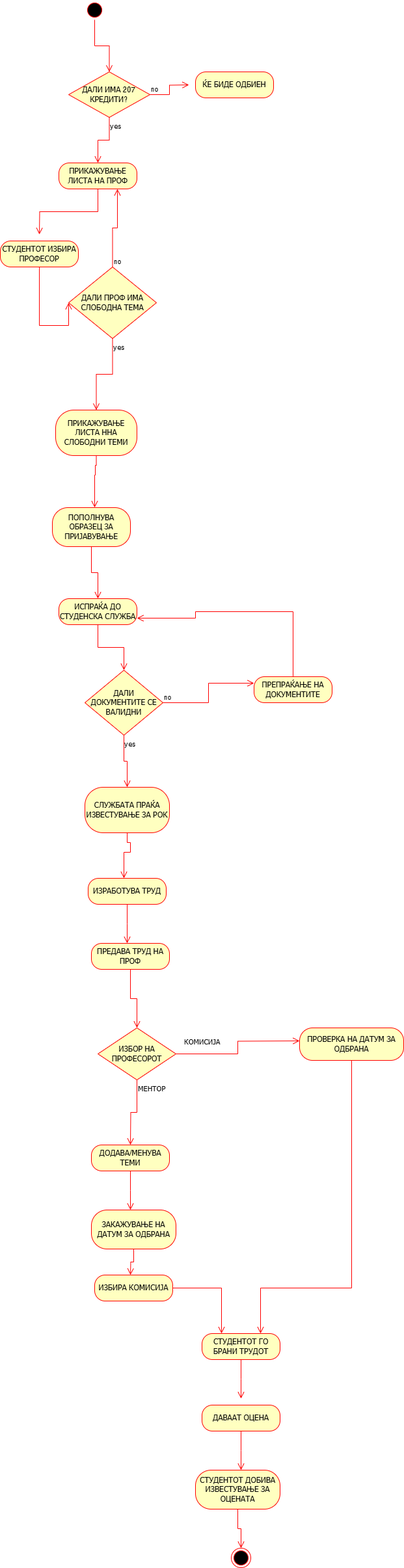
The draw.io diagram Untitled Diagram.drawio.png in NastovskA/ADIS, before a commit. Source tidied: cells renumbered, new cells last; positions are measured from the earlier drawing's top-left corner, leaving out a move shared by most shapes. Its diagram source:
```xml
<mxGraphModel>
  <root>
    <mxCell id="0" />
    <mxCell id="1" parent="0" />
    <mxCell id="2" style="ellipse;html=1;shape=startState;fillColor=#000000;strokeColor=#ff0000;" parent="1" vertex="1">
      <mxGeometry x="130" width="30" height="30" as="geometry" />
    </mxCell>
    <mxCell id="3" style="edgeStyle=orthogonalEdgeStyle;html=1;verticalAlign=bottom;endArrow=open;endSize=8;strokeColor=#ff0000;rounded=0;entryX=0.5;entryY=0;entryDx=0;entryDy=0;" parent="1" edge="1" source="2" target="4">
      <mxGeometry relative="1" as="geometry" />
    </mxCell>
    <mxCell id="4" value="ДАЛИ ИМА 207 КРЕДИТИ?" style="rhombus;whiteSpace=wrap;html=1;fontColor=#000000;fillColor=#ffffc0;strokeColor=#ff0000;" parent="1" vertex="1">
      <mxGeometry x="105" y="110" width="125" height="70" as="geometry" />
    </mxCell>
    <mxCell id="5" value="no" style="edgeStyle=orthogonalEdgeStyle;html=1;align=left;verticalAlign=bottom;endArrow=open;endSize=8;strokeColor=#ff0000;rounded=0;" parent="1" edge="1" source="4">
      <mxGeometry x="-1" relative="1" as="geometry">
        <mxPoint x="290" y="130" as="targetPoint" />
      </mxGeometry>
    </mxCell>
    <mxCell id="6" value="yes" style="edgeStyle=orthogonalEdgeStyle;html=1;align=left;verticalAlign=top;endArrow=open;endSize=8;strokeColor=#ff0000;rounded=0;entryX=0.5;entryY=0;entryDx=0;entryDy=0;" parent="1" edge="1" source="4" target="7">
      <mxGeometry x="-1" relative="1" as="geometry" />
    </mxCell>
    <mxCell id="7" value="ПРИКАЖУВАЊЕ ЛИСТА НА ПРОФ" style="rounded=1;whiteSpace=wrap;html=1;arcSize=40;fontColor=#000000;fillColor=#ffffc0;strokeColor=#ff0000;" parent="1" vertex="1">
      <mxGeometry x="90" y="250" width="120" height="40" as="geometry" />
    </mxCell>
    <mxCell id="8" value="СТУДЕНТОТ ИЗБИРА ПРОФЕСОР" style="rounded=1;whiteSpace=wrap;html=1;arcSize=40;fontColor=#000000;fillColor=#ffffc0;strokeColor=#ff0000;" parent="1" vertex="1">
      <mxGeometry y="370" width="120" height="40" as="geometry" />
    </mxCell>
    <mxCell id="9" style="edgeStyle=orthogonalEdgeStyle;html=1;verticalAlign=bottom;endArrow=open;endSize=8;strokeColor=#ff0000;rounded=0;entryX=0;entryY=0.5;entryDx=0;entryDy=0;" parent="1" edge="1" source="8" target="12">
      <mxGeometry relative="1" as="geometry">
        <Array as="points">
          <mxPoint x="60" y="500" />
        </Array>
      </mxGeometry>
    </mxCell>
    <mxCell id="10" value="ЌЕ БИДЕ ОДБИЕН" style="rounded=1;whiteSpace=wrap;html=1;arcSize=40;fontColor=#000000;fillColor=#ffffc0;strokeColor=#ff0000;" parent="1" vertex="1">
      <mxGeometry x="300" y="110" width="120" height="40" as="geometry" />
    </mxCell>
    <mxCell id="11" style="edgeStyle=orthogonalEdgeStyle;html=1;align=left;verticalAlign=bottom;endArrow=open;endSize=8;strokeColor=#ff0000;rounded=0;exitX=0.5;exitY=1;exitDx=0;exitDy=0;" parent="1" edge="1" source="7">
      <mxGeometry x="-1" relative="1" as="geometry">
        <mxPoint x="60" y="360" as="targetPoint" />
      </mxGeometry>
    </mxCell>
    <mxCell id="12" value="ДАЛИ ПРОФ ИМА СЛОБОДНА ТЕМА" style="rhombus;whiteSpace=wrap;html=1;fontColor=#000000;fillColor=#ffffc0;strokeColor=#ff0000;" parent="1" vertex="1">
      <mxGeometry x="105" y="410" width="135" height="110" as="geometry" />
    </mxCell>
    <mxCell id="13" value="no" style="edgeStyle=orthogonalEdgeStyle;html=1;align=left;verticalAlign=bottom;endArrow=open;endSize=8;strokeColor=#ff0000;rounded=0;entryX=0.75;entryY=1;entryDx=0;entryDy=0;" parent="1" edge="1" source="12" target="7">
      <mxGeometry x="-1" relative="1" as="geometry" />
    </mxCell>
    <mxCell id="14" value="yes" style="edgeStyle=orthogonalEdgeStyle;html=1;align=left;verticalAlign=top;endArrow=open;endSize=8;strokeColor=#ff0000;rounded=0;entryX=0.5;entryY=0;entryDx=0;entryDy=0;" parent="1" edge="1" source="12" target="15">
      <mxGeometry x="-1" relative="1" as="geometry" />
    </mxCell>
    <mxCell id="15" value="ПРИКАЖУВАЊЕ ЛИСТА ННА СЛОБОДНИ ТЕМИ" style="rounded=1;whiteSpace=wrap;html=1;arcSize=40;fontColor=#000000;fillColor=#ffffc0;strokeColor=#ff0000;" parent="1" vertex="1">
      <mxGeometry x="85" y="630" width="125" height="70" as="geometry" />
    </mxCell>
    <mxCell id="16" style="edgeStyle=orthogonalEdgeStyle;html=1;verticalAlign=bottom;endArrow=open;endSize=8;strokeColor=#ff0000;rounded=0;" parent="1" edge="1" source="15">
      <mxGeometry relative="1" as="geometry">
        <mxPoint x="145" y="780" as="targetPoint" />
        <Array as="points">
          <mxPoint x="148" y="715" />
          <mxPoint x="146" y="715" />
          <mxPoint x="146" y="730" />
        </Array>
      </mxGeometry>
    </mxCell>
    <mxCell id="17" value="ПОПОЛНУВА ОБРАЗЕЦ ЗА ПРИЈАВУВАЊЕ" style="rounded=1;whiteSpace=wrap;html=1;arcSize=40;fontColor=#000000;fillColor=#ffffc0;strokeColor=#ff0000;" parent="1" vertex="1">
      <mxGeometry x="80" y="780" width="120" height="60" as="geometry" />
    </mxCell>
    <mxCell id="18" style="edgeStyle=orthogonalEdgeStyle;html=1;verticalAlign=bottom;endArrow=open;endSize=8;strokeColor=#ff0000;rounded=0;entryX=0.5;entryY=0;entryDx=0;entryDy=0;" parent="1" edge="1" source="17" target="19">
      <mxGeometry relative="1" as="geometry" />
    </mxCell>
    <mxCell id="19" value="ИСПРАЌА ДО СТУДЕНСКА СЛУЖБА" style="rounded=1;whiteSpace=wrap;html=1;arcSize=40;fontColor=#000000;fillColor=#ffffc0;strokeColor=#ff0000;" parent="1" vertex="1">
      <mxGeometry x="90" y="920" width="120" height="40" as="geometry" />
    </mxCell>
    <mxCell id="20" style="edgeStyle=orthogonalEdgeStyle;html=1;verticalAlign=bottom;endArrow=open;endSize=8;strokeColor=#ff0000;rounded=0;entryX=0.5;entryY=0;entryDx=0;entryDy=0;" parent="1" edge="1" source="19" target="21">
      <mxGeometry relative="1" as="geometry" />
    </mxCell>
    <mxCell id="21" value="ДАЛИ ДОКУМЕНТИТЕ СЕ ВАЛИДНИ" style="rhombus;whiteSpace=wrap;html=1;fontColor=#000000;fillColor=#ffffc0;strokeColor=#ff0000;" parent="1" vertex="1">
      <mxGeometry x="130" y="1030" width="120" height="100" as="geometry" />
    </mxCell>
    <mxCell id="22" value="no" style="edgeStyle=orthogonalEdgeStyle;html=1;align=left;verticalAlign=bottom;endArrow=open;endSize=8;strokeColor=#ff0000;rounded=0;entryX=0;entryY=0.25;entryDx=0;entryDy=0;" parent="1" edge="1" source="21" target="24">
      <mxGeometry x="-1" relative="1" as="geometry" />
    </mxCell>
    <mxCell id="23" value="yes" style="edgeStyle=orthogonalEdgeStyle;html=1;align=left;verticalAlign=top;endArrow=open;endSize=8;strokeColor=#ff0000;rounded=0;entryX=0.5;entryY=0;entryDx=0;entryDy=0;" parent="1" edge="1" source="21" target="26">
      <mxGeometry x="-1" relative="1" as="geometry" />
    </mxCell>
    <mxCell id="24" value="ПРЕПРАЌАЊЕ НА ДОКУМЕНТИТЕ" style="rounded=1;whiteSpace=wrap;html=1;arcSize=40;fontColor=#000000;fillColor=#ffffc0;strokeColor=#ff0000;" parent="1" vertex="1">
      <mxGeometry x="390" y="1040" width="120" height="40" as="geometry" />
    </mxCell>
    <mxCell id="25" style="edgeStyle=orthogonalEdgeStyle;html=1;verticalAlign=bottom;endArrow=open;endSize=8;strokeColor=#ff0000;rounded=0;entryX=1;entryY=0.75;entryDx=0;entryDy=0;" parent="1" edge="1" source="24" target="19">
      <mxGeometry relative="1" as="geometry">
        <Array as="points">
          <mxPoint x="450" y="940" />
          <mxPoint x="300" y="940" />
          <mxPoint x="300" y="950" />
        </Array>
      </mxGeometry>
    </mxCell>
    <mxCell id="26" value="СЛУЖБАТА ПРАЌА ИЗВЕСТУВАЊЕ ЗА РОК" style="rounded=1;whiteSpace=wrap;html=1;arcSize=40;fontColor=#000000;fillColor=#ffffc0;strokeColor=#ff0000;" parent="1" vertex="1">
      <mxGeometry x="130" y="1210" width="130" height="70" as="geometry" />
    </mxCell>
    <mxCell id="27" style="edgeStyle=orthogonalEdgeStyle;html=1;verticalAlign=bottom;endArrow=open;endSize=8;strokeColor=#ff0000;rounded=0;" parent="1" edge="1" source="26">
      <mxGeometry relative="1" as="geometry">
        <mxPoint x="190" y="1350" as="targetPoint" />
        <Array as="points">
          <mxPoint x="195" y="1295" />
          <mxPoint x="200" y="1295" />
          <mxPoint x="200" y="1310" />
        </Array>
      </mxGeometry>
    </mxCell>
    <mxCell id="28" value="ИЗРАБОТУВА ТРУД" style="rounded=1;whiteSpace=wrap;html=1;arcSize=40;fontColor=#000000;fillColor=#ffffc0;strokeColor=#ff0000;" parent="1" vertex="1">
      <mxGeometry x="135" y="1350" width="120" height="40" as="geometry" />
    </mxCell>
    <mxCell id="29" style="edgeStyle=orthogonalEdgeStyle;html=1;verticalAlign=bottom;endArrow=open;endSize=8;strokeColor=#ff0000;rounded=0;" parent="1" edge="1" source="28">
      <mxGeometry relative="1" as="geometry">
        <mxPoint x="195" y="1450" as="targetPoint" />
      </mxGeometry>
    </mxCell>
    <mxCell id="30" value="ПРЕДАВА ТРУД НА ПРОФ" style="rounded=1;whiteSpace=wrap;html=1;arcSize=40;fontColor=#000000;fillColor=#ffffc0;strokeColor=#ff0000;" parent="1" vertex="1">
      <mxGeometry x="140" y="1450" width="120" height="40" as="geometry" />
    </mxCell>
    <mxCell id="31" style="edgeStyle=orthogonalEdgeStyle;html=1;verticalAlign=bottom;endArrow=open;endSize=8;strokeColor=#ff0000;rounded=0;entryX=0.5;entryY=0;entryDx=0;entryDy=0;" parent="1" edge="1" source="30" target="32">
      <mxGeometry relative="1" as="geometry" />
    </mxCell>
    <mxCell id="32" value="ИЗБОР НА ПРОФЕСОРОТ" style="rhombus;whiteSpace=wrap;html=1;fontColor=#000000;fillColor=#ffffc0;strokeColor=#ff0000;" parent="1" vertex="1">
      <mxGeometry x="150" y="1580" width="120" height="80" as="geometry" />
    </mxCell>
    <mxCell id="33" value="КОМИСИЈА" style="edgeStyle=orthogonalEdgeStyle;html=1;align=left;verticalAlign=bottom;endArrow=open;endSize=8;strokeColor=#ff0000;rounded=0;exitX=1;exitY=0.5;exitDx=0;exitDy=0;" parent="1" edge="1" source="32">
      <mxGeometry x="-0.9" y="10" relative="1" as="geometry">
        <mxPoint x="460" y="1600" as="targetPoint" />
        <mxPoint x="1" as="offset" />
      </mxGeometry>
    </mxCell>
    <mxCell id="34" value="МЕНТОР" style="edgeStyle=orthogonalEdgeStyle;html=1;align=left;verticalAlign=top;endArrow=open;endSize=8;strokeColor=#ff0000;rounded=0;" parent="1" edge="1" source="32">
      <mxGeometry x="-1" relative="1" as="geometry">
        <mxPoint x="200" y="1760" as="targetPoint" />
      </mxGeometry>
    </mxCell>
    <mxCell id="35" value="ДОДАВА/МЕНУВА ТЕМИ" style="rounded=1;whiteSpace=wrap;html=1;arcSize=40;fontColor=#000000;fillColor=#ffffc0;strokeColor=#ff0000;" parent="1" vertex="1">
      <mxGeometry x="140" y="1760" width="120" height="40" as="geometry" />
    </mxCell>
    <mxCell id="36" style="edgeStyle=orthogonalEdgeStyle;html=1;verticalAlign=bottom;endArrow=open;endSize=8;strokeColor=#ff0000;rounded=0;" parent="1" edge="1" source="35">
      <mxGeometry relative="1" as="geometry">
        <mxPoint x="200" y="1860" as="targetPoint" />
      </mxGeometry>
    </mxCell>
    <mxCell id="37" value="ЗАКАЖУВАЊЕ НА ДАТУМ ЗА ОДБРАНА" style="rounded=1;whiteSpace=wrap;html=1;arcSize=40;fontColor=#000000;fillColor=#ffffc0;strokeColor=#ff0000;" parent="1" vertex="1">
      <mxGeometry x="140" y="1860" width="130" height="60" as="geometry" />
    </mxCell>
    <mxCell id="38" style="edgeStyle=orthogonalEdgeStyle;html=1;verticalAlign=bottom;endArrow=open;endSize=8;strokeColor=#ff0000;rounded=0;" parent="1" edge="1" source="37">
      <mxGeometry relative="1" as="geometry">
        <mxPoint x="200" y="1960" as="targetPoint" />
      </mxGeometry>
    </mxCell>
    <mxCell id="39" value="ИЗБИРА КОМИСИЈА" style="rounded=1;whiteSpace=wrap;html=1;arcSize=40;fontColor=#000000;fillColor=#ffffc0;strokeColor=#ff0000;" parent="1" vertex="1">
      <mxGeometry x="145" y="1960" width="120" height="40" as="geometry" />
    </mxCell>
    <mxCell id="40" style="edgeStyle=orthogonalEdgeStyle;html=1;verticalAlign=bottom;endArrow=open;endSize=8;strokeColor=#ff0000;rounded=0;entryX=0.25;entryY=0;entryDx=0;entryDy=0;" parent="1" edge="1" source="39" target="43">
      <mxGeometry relative="1" as="geometry" />
    </mxCell>
    <mxCell id="41" value="ПРОВЕРКА НА ДАТУМ ЗА ОДБРАНА" style="rounded=1;whiteSpace=wrap;html=1;arcSize=40;fontColor=#000000;fillColor=#ffffc0;strokeColor=#ff0000;" parent="1" vertex="1">
      <mxGeometry x="460" y="1580" width="160" height="50" as="geometry" />
    </mxCell>
    <mxCell id="42" style="edgeStyle=orthogonalEdgeStyle;html=1;verticalAlign=bottom;endArrow=open;endSize=8;strokeColor=#ff0000;rounded=0;entryX=0.75;entryY=0;entryDx=0;entryDy=0;" parent="1" edge="1" source="41" target="43">
      <mxGeometry relative="1" as="geometry">
        <Array as="points">
          <mxPoint x="540" y="1980" />
          <mxPoint x="400" y="1980" />
        </Array>
      </mxGeometry>
    </mxCell>
    <mxCell id="43" value="СТУДЕНТОТ ГО БРАНИ ТРУДОТ" style="rounded=1;whiteSpace=wrap;html=1;arcSize=40;fontColor=#000000;fillColor=#ffffc0;strokeColor=#ff0000;" parent="1" vertex="1">
      <mxGeometry x="310" y="2050" width="120" height="40" as="geometry" />
    </mxCell>
    <mxCell id="44" style="edgeStyle=orthogonalEdgeStyle;html=1;verticalAlign=bottom;endArrow=open;endSize=8;strokeColor=#ff0000;rounded=0;" parent="1" edge="1" source="43">
      <mxGeometry relative="1" as="geometry">
        <mxPoint x="370" y="2150" as="targetPoint" />
      </mxGeometry>
    </mxCell>
    <mxCell id="45" value="ДАВААТ ОЦЕНА" style="rounded=1;whiteSpace=wrap;html=1;arcSize=40;fontColor=#000000;fillColor=#ffffc0;strokeColor=#ff0000;" parent="1" vertex="1">
      <mxGeometry x="310" y="2160" width="120" height="40" as="geometry" />
    </mxCell>
    <mxCell id="46" style="edgeStyle=orthogonalEdgeStyle;html=1;verticalAlign=bottom;endArrow=open;endSize=8;strokeColor=#ff0000;rounded=0;" parent="1" edge="1" source="45">
      <mxGeometry relative="1" as="geometry">
        <mxPoint x="370" y="2260" as="targetPoint" />
      </mxGeometry>
    </mxCell>
    <mxCell id="47" value="СТУДЕНТОТ ДОБИВА ИЗВЕСТУВАЊЕ ЗА ОЦЕНАТА" style="rounded=1;whiteSpace=wrap;html=1;arcSize=40;fontColor=#000000;fillColor=#ffffc0;strokeColor=#ff0000;" parent="1" vertex="1">
      <mxGeometry x="300" y="2260" width="130" height="60" as="geometry" />
    </mxCell>
    <mxCell id="48" style="edgeStyle=orthogonalEdgeStyle;html=1;verticalAlign=bottom;endArrow=open;endSize=8;strokeColor=#ff0000;rounded=0;entryX=0.5;entryY=0;entryDx=0;entryDy=0;" parent="1" edge="1" source="47" target="49">
      <mxGeometry relative="1" as="geometry" />
    </mxCell>
    <mxCell id="49" style="ellipse;html=1;shape=endState;fillColor=#000000;strokeColor=#ff0000;" parent="1" vertex="1">
      <mxGeometry x="355" y="2380" width="30" height="30" as="geometry" />
    </mxCell>
  </root>
</mxGraphModel>
```
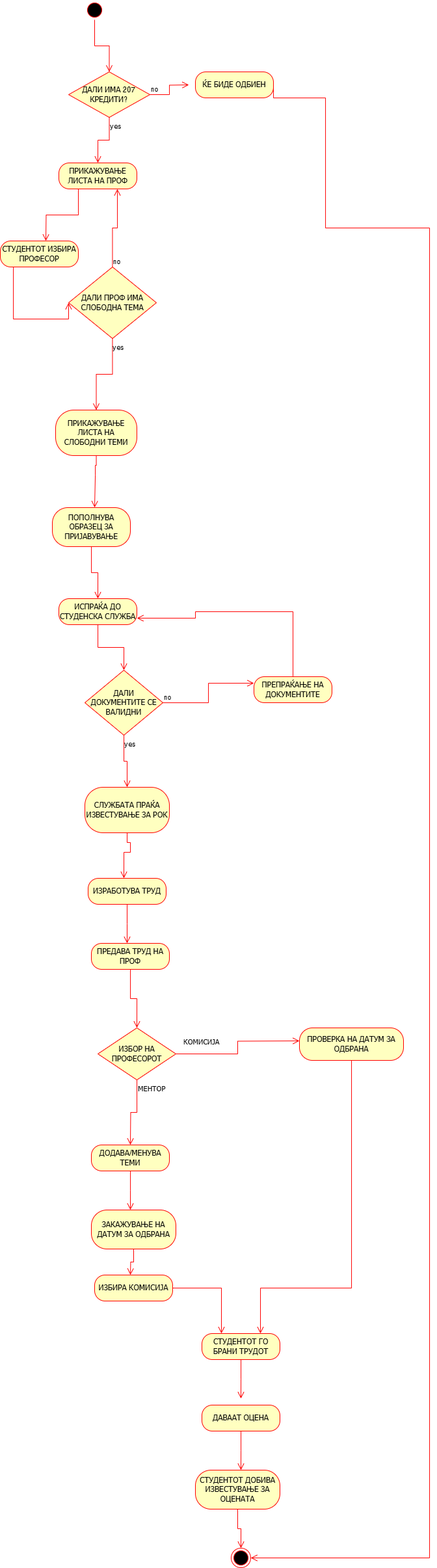
After the commit.

Change to the diagram source:
```diff
@@ -28,16 +28,23 @@
     <mxCell id="9" style="edgeStyle=orthogonalEdgeStyle;html=1;verticalAlign=bottom;endArrow=open;endSize=8;strokeColor=#ff0000;rounded=0;entryX=0;entryY=0.5;entryDx=0;entryDy=0;" parent="1" edge="1" source="8" target="12">
       <mxGeometry relative="1" as="geometry">
         <Array as="points">
-          <mxPoint x="60" y="500" />
+          <mxPoint x="20" y="490" />
+          <mxPoint x="105" y="490" />
         </Array>
       </mxGeometry>
     </mxCell>
     <mxCell id="10" value="ЌЕ БИДЕ ОДБИЕН" style="rounded=1;whiteSpace=wrap;html=1;arcSize=40;fontColor=#000000;fillColor=#ffffc0;strokeColor=#ff0000;" parent="1" vertex="1">
       <mxGeometry x="300" y="110" width="120" height="40" as="geometry" />
     </mxCell>
-    <mxCell id="11" style="edgeStyle=orthogonalEdgeStyle;html=1;align=left;verticalAlign=bottom;endArrow=open;endSize=8;strokeColor=#ff0000;rounded=0;exitX=0.5;exitY=1;exitDx=0;exitDy=0;" parent="1" edge="1" source="7">
+    <mxCell id="11" style="edgeStyle=orthogonalEdgeStyle;html=1;align=left;verticalAlign=bottom;endArrow=open;endSize=8;strokeColor=#ff0000;rounded=0;exitX=1;exitY=0.5;exitDx=0;exitDy=0;entryX=1;entryY=0.5;entryDx=0;entryDy=0;" parent="1" edge="1" source="10" target="49">
       <mxGeometry x="-1" relative="1" as="geometry">
-        <mxPoint x="60" y="360" as="targetPoint" />
+        <Array as="points">
+          <mxPoint x="420" y="150" />
+          <mxPoint x="500" y="150" />
+          <mxPoint x="500" y="350" />
+          <mxPoint x="660" y="350" />
+          <mxPoint x="660" y="2395" />
+        </Array>
       </mxGeometry>
     </mxCell>
     <mxCell id="12" value="ДАЛИ ПРОФ ИМА СЛОБОДНА ТЕМА" style="rhombus;whiteSpace=wrap;html=1;fontColor=#000000;fillColor=#ffffc0;strokeColor=#ff0000;" parent="1" vertex="1">
@@ -49,7 +56,7 @@
     <mxCell id="14" value="yes" style="edgeStyle=orthogonalEdgeStyle;html=1;align=left;verticalAlign=top;endArrow=open;endSize=8;strokeColor=#ff0000;rounded=0;entryX=0.5;entryY=0;entryDx=0;entryDy=0;" parent="1" edge="1" source="12" target="15">
       <mxGeometry x="-1" relative="1" as="geometry" />
     </mxCell>
-    <mxCell id="15" value="ПРИКАЖУВАЊЕ ЛИСТА ННА СЛОБОДНИ ТЕМИ" style="rounded=1;whiteSpace=wrap;html=1;arcSize=40;fontColor=#000000;fillColor=#ffffc0;strokeColor=#ff0000;" parent="1" vertex="1">
+    <mxCell id="15" value="ПРИКАЖУВАЊЕ ЛИСТА НА СЛОБОДНИ ТЕМИ" style="rounded=1;whiteSpace=wrap;html=1;arcSize=40;fontColor=#000000;fillColor=#ffffc0;strokeColor=#ff0000;" parent="1" vertex="1">
       <mxGeometry x="85" y="630" width="125" height="70" as="geometry" />
     </mxCell>
     <mxCell id="16" style="edgeStyle=orthogonalEdgeStyle;html=1;verticalAlign=bottom;endArrow=open;endSize=8;strokeColor=#ff0000;rounded=0;" parent="1" edge="1" source="15">
@@ -194,5 +201,10 @@
     <mxCell id="49" style="ellipse;html=1;shape=endState;fillColor=#000000;strokeColor=#ff0000;" parent="1" vertex="1">
       <mxGeometry x="355" y="2380" width="30" height="30" as="geometry" />
     </mxCell>
+    <mxCell id="50" style="edgeStyle=orthogonalEdgeStyle;html=1;align=left;verticalAlign=bottom;endArrow=open;endSize=8;strokeColor=#ff0000;rounded=0;exitX=0.25;exitY=1;exitDx=0;exitDy=0;" parent="1" edge="1" source="7">
+      <mxGeometry x="-1" relative="1" as="geometry">
+        <mxPoint x="70" y="370" as="targetPoint" />
+      </mxGeometry>
+    </mxCell>
   </root>
 </mxGraphModel>
```
